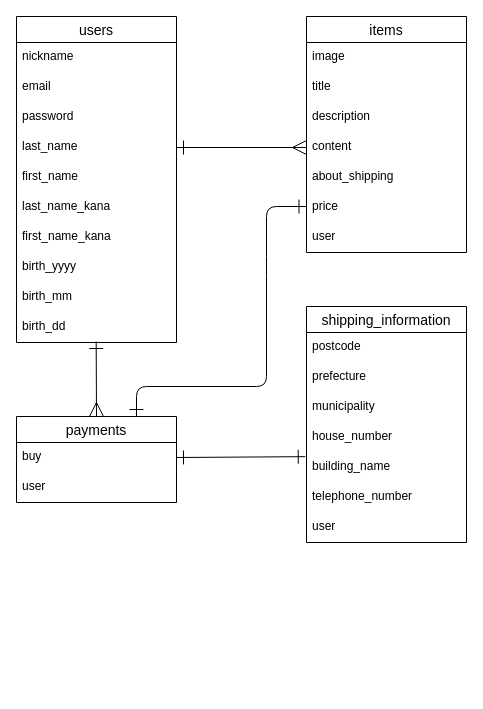
The draw.io diagram er.dio in nemoimoi/furima-41350, before the edit. Source tidied: cells renumbered, new cells numbered last; positions are measured from the earlier drawing's top-left corner, leaving out a move shared by most shapes. Both pictures are drawn from the tidied source at 100%, with x=0, y=0 at pixel (16, 16).
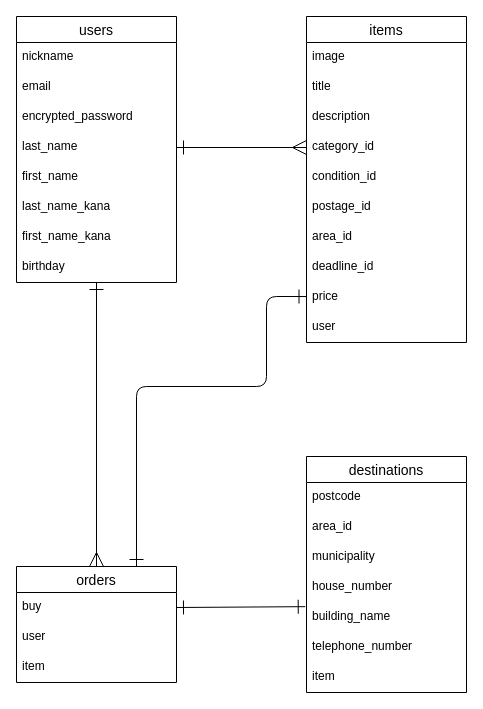
Above is the later version.

Commit message (it also covers changes not shown here):
データベース設計デバック

・パスワードカラム名変更
・生年月日カラムを集約
・itemsテーブルカラム名をActivehashを使用する想定の内容に修正&追記
・itemsテーブルとordersテーブルのアソシエーションを変更
・商品発送テーブル名を変更
・購入テーブル名を変更
・郵便番号のデータ型をstring型に変更
・電話番号のデータ型をstring型に変更
・建物名のオプションを任意入力に変更
・orderテーブルにitemカラムを追加。
・usersテーブル外部キーを削除
・発送先の都道府県はactivw_hashを用いるカラム名に変更

What changed in the source:
```diff
@@
     <mxCell id="2" value="users" style="swimlane;fontStyle=0;horizontal=1;startSize=26;align=center;fontSize=14;" parent="1" vertex="1">
-      <mxGeometry width="160" height="326" as="geometry" />
+      <mxGeometry width="160" height="266" as="geometry" />
     </mxCell>
@@
-    <mxCell id="5" value="password" style="text;strokeColor=none;fillColor=none;spacingLeft=4;spacingRight=4;overflow=hidden;fontSize=12;" parent="2" vertex="1">
+    <mxCell id="5" value="encrypted_password" style="text;strokeColor=none;fillColor=none;spacingLeft=4;spacingRight=4;overflow=hidden;fontSize=12;" parent="2" vertex="1">
       <mxGeometry y="86" width="160" height="30" as="geometry" />
     </mxCell>
@@
-    <mxCell id="10" value="birth_yyyy" style="text;strokeColor=none;fillColor=none;spacingLeft=4;spacingRight=4;overflow=hidden;fontSize=12;" parent="2" vertex="1">
+    <mxCell id="10" value="birthday" style="text;strokeColor=none;fillColor=none;spacingLeft=4;spacingRight=4;overflow=hidden;fontSize=12;" parent="2" vertex="1">
       <mxGeometry y="236" width="160" height="30" as="geometry" />
     </mxCell>
-    <mxCell id="11" value="birth_mm" style="text;strokeColor=none;fillColor=none;spacingLeft=4;spacingRight=4;overflow=hidden;fontSize=12;" parent="2" vertex="1">
-      <mxGeometry y="266" width="160" height="30" as="geometry" />
-    </mxCell>
-    <mxCell id="12" value="birth_dd" style="text;strokeColor=none;fillColor=none;spacingLeft=4;spacingRight=4;overflow=hidden;points=[[0,0.5],[1,0.5]];portConstraint=eastwest;fontSize=12;" parent="2" vertex="1">
-      <mxGeometry y="296" width="160" height="30" as="geometry" />
-    </mxCell>
     <mxCell id="13" value="items" style="swimlane;fontStyle=0;horizontal=1;startSize=26;align=center;fontSize=14;" parent="1" vertex="1">
-      <mxGeometry x="290" width="160" height="236" as="geometry" />
+      <mxGeometry x="290" width="160" height="326" as="geometry" />
     </mxCell>
@@
-    <mxCell id="17" value="content" style="text;strokeColor=none;fillColor=none;spacingLeft=4;spacingRight=4;overflow=hidden;points=[[0,0.5],[1,0.5]];portConstraint=eastwest;fontSize=12;" parent="13" vertex="1">
+    <mxCell id="17" value="category_id" style="text;strokeColor=none;fillColor=none;spacingLeft=4;spacingRight=4;overflow=hidden;points=[[0,0.5],[1,0.5]];portConstraint=eastwest;fontSize=12;" parent="13" vertex="1">
       <mxGeometry y="116" width="160" height="30" as="geometry" />
     </mxCell>
+    <mxCell id="36" value="condition_id" style="text;strokeColor=none;fillColor=none;spacingLeft=4;spacingRight=4;overflow=hidden;fontSize=12;" parent="13" vertex="1">
+      <mxGeometry y="146" width="160" height="30" as="geometry" />
+    </mxCell>
-    <mxCell id="18" value="about_shipping" style="text;strokeColor=none;fillColor=none;spacingLeft=4;spacingRight=4;overflow=hidden;fontSize=12;" parent="13" vertex="1">
-      <mxGeometry y="146" width="160" height="30" as="geometry" />
+    <mxCell id="18" value="postage_id" style="text;strokeColor=none;fillColor=none;spacingLeft=4;spacingRight=4;overflow=hidden;fontSize=12;" parent="13" vertex="1">
+      <mxGeometry y="176" width="160" height="30" as="geometry" />
     </mxCell>
+    <mxCell id="37" value="area_id" style="text;strokeColor=none;fillColor=none;spacingLeft=4;spacingRight=4;overflow=hidden;fontSize=12;" parent="13" vertex="1">
+      <mxGeometry y="206" width="160" height="30" as="geometry" />
+    </mxCell>
+    <mxCell id="38" value="deadline_id" style="text;strokeColor=none;fillColor=none;spacingLeft=4;spacingRight=4;overflow=hidden;fontSize=12;" parent="13" vertex="1">
+      <mxGeometry y="236" width="160" height="30" as="geometry" />
+    </mxCell>
     <mxCell id="19" value="price" style="text;strokeColor=none;fillColor=none;spacingLeft=4;spacingRight=4;overflow=hidden;points=[[0,0.5],[1,0.5]];portConstraint=eastwest;fontSize=12;" parent="13" vertex="1">
-      <mxGeometry y="176" width="160" height="30" as="geometry" />
+      <mxGeometry y="266" width="160" height="30" as="geometry" />
     </mxCell>
     <mxCell id="20" value="user" style="text;strokeColor=none;fillColor=none;spacingLeft=4;spacingRight=4;overflow=hidden;fontSize=12;" parent="13" vertex="1">
-      <mxGeometry y="206" width="160" height="30" as="geometry" />
+      <mxGeometry y="296" width="160" height="30" as="geometry" />
     </mxCell>
-    <mxCell id="21" value="payments" style="swimlane;fontStyle=0;horizontal=1;startSize=26;align=center;fontSize=14;" parent="1" vertex="1">
-      <mxGeometry y="400" width="160" height="86" as="geometry" />
+    <mxCell id="21" value="orders" style="swimlane;fontStyle=0;horizontal=1;startSize=26;align=center;fontSize=14;" parent="1" vertex="1">
+      <mxGeometry y="550" width="160" height="116" as="geometry" />
     </mxCell>
@@
+    <mxCell id="39" value="item" style="text;strokeColor=none;fillColor=none;spacingLeft=4;spacingRight=4;overflow=hidden;fontSize=12;" parent="21" vertex="1">
+      <mxGeometry y="86" width="160" height="30" as="geometry" />
+    </mxCell>
-    <mxCell id="24" value="shipping_information" style="swimlane;fontStyle=0;horizontal=1;startSize=26;align=center;fontSize=14;" parent="1" vertex="1">
-      <mxGeometry x="290" y="290" width="160" height="236" as="geometry" />
+    <mxCell id="24" value="destinations" style="swimlane;fontStyle=0;horizontal=1;startSize=26;align=center;fontSize=14;" parent="1" vertex="1">
+      <mxGeometry x="290" y="440" width="160" height="236" as="geometry" />
     </mxCell>
@@
-    <mxCell id="26" value="prefecture" style="text;strokeColor=none;fillColor=none;spacingLeft=4;spacingRight=4;overflow=hidden;fontSize=12;" parent="24" vertex="1">
+    <mxCell id="26" value="area_id" style="text;strokeColor=none;fillColor=none;spacingLeft=4;spacingRight=4;overflow=hidden;fontSize=12;" parent="24" vertex="1">
       <mxGeometry y="56" width="160" height="30" as="geometry" />
     </mxCell>
@@
-    <mxCell id="31" value="user" style="text;strokeColor=none;fillColor=none;spacingLeft=4;spacingRight=4;overflow=hidden;fontSize=12;" parent="24" vertex="1">
+    <mxCell id="31" value="item" style="text;strokeColor=none;fillColor=none;spacingLeft=4;spacingRight=4;overflow=hidden;fontSize=12;" parent="24" vertex="1">
       <mxGeometry y="206" width="160" height="30" as="geometry" />
     </mxCell>
@@
-    <mxCell id="33" style="edgeStyle=none;jumpSize=12;html=1;entryX=0.5;entryY=0;entryDx=0;entryDy=0;strokeColor=default;startArrow=ERone;startFill=0;endArrow=ERmany;endFill=0;startSize=12;endSize=12;exitX=0.498;exitY=0.967;exitDx=0;exitDy=0;exitPerimeter=0;" parent="1" edge="1" source="12" target="21">
+    <mxCell id="33" style="edgeStyle=none;jumpSize=12;html=1;entryX=0.5;entryY=0;entryDx=0;entryDy=0;strokeColor=default;startArrow=ERone;startFill=0;endArrow=ERmany;endFill=0;startSize=12;endSize=12;exitX=0.5;exitY=1;exitDx=0;exitDy=0;" parent="1" edge="1" source="2" target="21">
       <mxGeometry relative="1" as="geometry" />
     </mxCell>
     <mxCell id="34" style="edgeStyle=none;jumpSize=12;html=1;strokeColor=default;startArrow=ERone;startFill=0;endArrow=ERone;endFill=0;startSize=12;endSize=12;entryX=0.75;entryY=0;entryDx=0;entryDy=0;exitX=-0.003;exitY=0.468;exitDx=0;exitDy=0;exitPerimeter=0;" parent="1" edge="1" source="19" target="21">
       <mxGeometry relative="1" as="geometry">
         <Array as="points">
-          <mxPoint x="250" y="190" />
-          <mxPoint x="250" y="250" />
+          <mxPoint x="250" y="280" />
           <mxPoint x="250" y="370" />
           <mxPoint x="120" y="370" />
         </Array>
       </mxGeometry>
     </mxCell>
```
